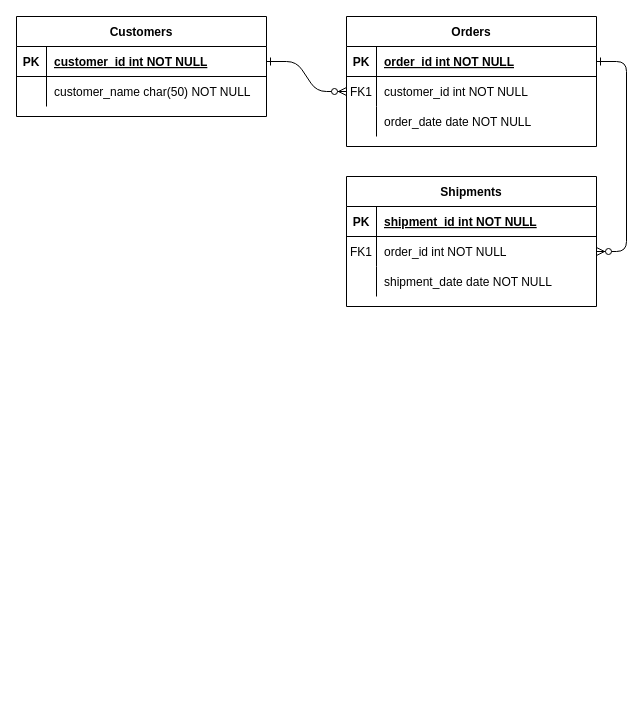
Above: Untitled Diagram.drawio in fedy97/TIW_HTML-2020-2021 (draw.io), before the change. Source tidied: cells renumbered, new cells numbered last; positions are measured from the earlier drawing's top-left corner, leaving out a move shared by most shapes. Both pictures are drawn from the tidied source at 100%, with x=0, y=0 at pixel (16, 16).
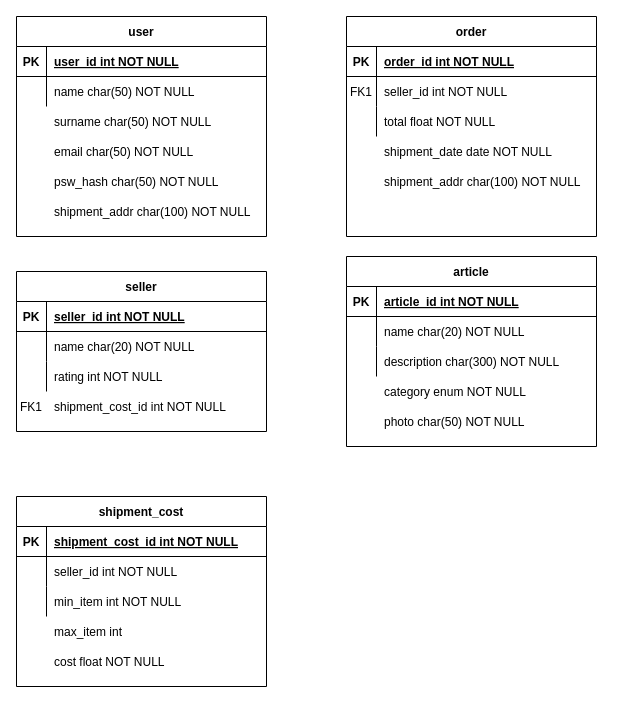
The same diagram, later.

Commit message:
first version of DB diagram, TODO: add articles list

The change refers to these unchanged cells:
```xml
<mxCell id="5" style="shape=partialRectangle;fillColor=none;points=[[0,0.5],[1,0.5]];portConstraint=eastwest;top=0;left=0;right=0;bottom=1;" parent="4" vertex="1">
  <mxGeometry y="30" width="250" height="30" as="geometry" />
</mxCell>
<mxCell id="8" style="shape=partialRectangle;fillColor=none;points=[[0,0.5],[1,0.5]];portConstraint=eastwest;top=0;left=0;right=0;bottom=0;" parent="4" vertex="1">
  <mxGeometry y="60" width="250" height="30" as="geometry" />
</mxCell>
<mxCell id="11" style="shape=partialRectangle;fillColor=none;top=0;left=0;right=0;bottom=0;" parent="4" vertex="1">
  <mxGeometry y="90" width="250" height="30" as="geometry" />
</mxCell>
<mxCell id="15" style="shape=partialRectangle;fillColor=none;top=0;left=0;right=0;bottom=1;" parent="14" vertex="1">
  <mxGeometry y="30" width="250" height="30" as="geometry" />
</mxCell>
<mxCell id="18" style="shape=partialRectangle;fillColor=none;points=[[0,0.5],[1,0.5]];portConstraint=eastwest;top=0;left=0;right=0;bottom=0;" parent="14" vertex="1">
  <mxGeometry y="60" width="250" height="30" as="geometry" />
</mxCell>
<mxCell id="21" style="shape=partialRectangle;fillColor=none;top=0;left=0;right=0;bottom=0;" parent="14" vertex="1">
  <mxGeometry y="90" width="250" height="30" as="geometry" />
</mxCell>
<mxCell id="25" style="shape=partialRectangle;fillColor=none;points=[[0,0.5],[1,0.5]];portConstraint=eastwest;top=0;left=0;right=0;bottom=1;" parent="24" vertex="1">
  <mxGeometry y="30" width="250" height="30" as="geometry" />
</mxCell>
<mxCell id="28" style="shape=partialRectangle;fillColor=none;top=0;left=0;right=0;bottom=0;" parent="24" vertex="1">
  <mxGeometry y="60" width="250" height="30" as="geometry" />
</mxCell>
```

Change to the diagram source:
```diff
@@
-    <mxCell id="2" style="edgeStyle=entityRelationEdgeStyle;endArrow=ERzeroToMany;startArrow=ERone;endFill=1;startFill=0;" parent="1" edge="1" source="25" target="8">
-      <mxGeometry relative="1" as="geometry" />
-    </mxCell>
-    <mxCell id="3" style="edgeStyle=entityRelationEdgeStyle;endArrow=ERzeroToMany;startArrow=ERone;endFill=1;startFill=0;" parent="1" edge="1" source="5" target="18">
-      <mxGeometry relative="1" as="geometry" />
-    </mxCell>
-    <mxCell id="4" value="Orders" style="shape=table;startSize=30;childLayout=tableLayout;rowLines=0;fontStyle=1;align=center;" parent="1" vertex="1">
-      <mxGeometry x="330" width="250" height="130" as="geometry" />
+    <mxCell id="4" value="order" style="shape=table;startSize=30;childLayout=tableLayout;rowLines=0;fontStyle=1;align=center;" parent="1" vertex="1">
+      <mxGeometry x="330" width="250" height="220" as="geometry" />
     </mxCell>
@@
-    <mxCell id="9" value="FK1" style="shape=partialRectangle;overflow=hidden;fillColor=none;top=0;left=0;bottom=0;right=0;" parent="8" vertex="1">
+    <mxCell id="9" style="shape=partialRectangle;overflow=hidden;fillColor=none;top=0;left=0;bottom=0;right=0;" parent="8" vertex="1">
       <mxGeometry width="30" height="30" as="geometry" />
     </mxCell>
-    <mxCell id="10" value="customer_id int NOT NULL" style="shape=partialRectangle;overflow=hidden;fillColor=none;top=0;left=0;bottom=0;right=0;align=left;spacingLeft=6;" parent="8" vertex="1">
+    <mxCell id="10" value="seller_id int NOT NULL" style="shape=partialRectangle;overflow=hidden;fillColor=none;top=0;left=0;bottom=0;right=0;align=left;spacingLeft=6;" parent="8" vertex="1">
       <mxGeometry x="30" width="220" height="30" as="geometry" />
     </mxCell>
@@
-    <mxCell id="13" value="order_date date NOT NULL" style="shape=partialRectangle;overflow=hidden;fillColor=none;top=0;left=0;bottom=0;right=0;align=left;spacingLeft=6;" parent="11" vertex="1">
+    <mxCell id="13" value="total float NOT NULL" style="shape=partialRectangle;overflow=hidden;fillColor=none;top=0;left=0;bottom=0;right=0;align=left;spacingLeft=6;" parent="11" vertex="1">
       <mxGeometry x="30" width="220" height="30" as="geometry" />
     </mxCell>
-    <mxCell id="14" value="Shipments" style="shape=table;startSize=30;childLayout=tableLayout;rowLines=0;fontStyle=1;align=center;" parent="1" vertex="1">
-      <mxGeometry x="330" y="160" width="250" height="130" as="geometry" />
+    <mxCell id="14" value="article" style="shape=table;startSize=30;childLayout=tableLayout;rowLines=0;fontStyle=1;align=center;" parent="1" vertex="1">
+      <mxGeometry x="330" y="240" width="250" height="190" as="geometry" />
     </mxCell>
@@
-    <mxCell id="17" value="shipment_id int NOT NULL " style="shape=partialRectangle;overflow=hidden;fillColor=none;top=0;left=0;bottom=0;right=0;align=left;spacingLeft=6;fontStyle=5;" parent="15" vertex="1">
+    <mxCell id="17" value="article_id int NOT NULL " style="shape=partialRectangle;overflow=hidden;fillColor=none;top=0;left=0;bottom=0;right=0;align=left;spacingLeft=6;fontStyle=5;" parent="15" vertex="1">
       <mxGeometry x="30" width="220" height="30" as="geometry" />
     </mxCell>
@@
-    <mxCell id="19" value="FK1" style="shape=partialRectangle;overflow=hidden;fillColor=none;top=0;left=0;bottom=0;right=0;" parent="18" vertex="1">
+    <mxCell id="19" style="shape=partialRectangle;overflow=hidden;fillColor=none;top=0;left=0;bottom=0;right=0;" parent="18" vertex="1">
       <mxGeometry width="30" height="30" as="geometry" />
     </mxCell>
-    <mxCell id="20" value="order_id int NOT NULL" style="shape=partialRectangle;overflow=hidden;fillColor=none;top=0;left=0;bottom=0;right=0;align=left;spacingLeft=6;" parent="18" vertex="1">
+    <mxCell id="20" value="name char(20) NOT NULL" style="shape=partialRectangle;overflow=hidden;fillColor=none;top=0;left=0;bottom=0;right=0;align=left;spacingLeft=6;" parent="18" vertex="1">
       <mxGeometry x="30" width="220" height="30" as="geometry" />
     </mxCell>
@@
-    <mxCell id="23" value="shipment_date date NOT NULL" style="shape=partialRectangle;overflow=hidden;fillColor=none;top=0;left=0;bottom=0;right=0;align=left;spacingLeft=6;" parent="21" vertex="1">
+    <mxCell id="23" value="description char(300) NOT NULL" style="shape=partialRectangle;overflow=hidden;fillColor=none;top=0;left=0;bottom=0;right=0;align=left;spacingLeft=6;" parent="21" vertex="1">
       <mxGeometry x="30" width="220" height="30" as="geometry" />
     </mxCell>
-    <mxCell id="24" value="Customers" style="shape=table;startSize=30;childLayout=tableLayout;rowLines=0;fontStyle=1;align=center;" parent="1" vertex="1">
-      <mxGeometry width="250" height="100" as="geometry" />
+    <mxCell id="24" value="user" style="shape=table;startSize=30;childLayout=tableLayout;rowLines=0;fontStyle=1;align=center;" parent="1" vertex="1">
+      <mxGeometry width="250" height="220" as="geometry" />
     </mxCell>
@@
-    <mxCell id="27" value="customer_id int NOT NULL " style="shape=partialRectangle;overflow=hidden;fillColor=none;top=0;left=0;bottom=0;right=0;align=left;spacingLeft=6;fontStyle=5;" parent="25" vertex="1">
+    <mxCell id="27" value="user_id int NOT NULL " style="shape=partialRectangle;overflow=hidden;fillColor=none;top=0;left=0;bottom=0;right=0;align=left;spacingLeft=6;fontStyle=5;" parent="25" vertex="1">
       <mxGeometry x="30" width="220" height="30" as="geometry" />
     </mxCell>
@@
-    <mxCell id="30" value="customer_name char(50) NOT NULL" style="shape=partialRectangle;overflow=hidden;fillColor=none;top=0;left=0;bottom=0;right=0;align=left;spacingLeft=6;" parent="28" vertex="1">
+    <mxCell id="30" value="name char(50) NOT NULL" style="shape=partialRectangle;overflow=hidden;fillColor=none;top=0;left=0;bottom=0;right=0;align=left;spacingLeft=6;" parent="28" vertex="1">
       <mxGeometry x="30" width="220" height="30" as="geometry" />
     </mxCell>
+    <mxCell id="31" value="category enum NOT NULL" style="shape=partialRectangle;overflow=hidden;fillColor=none;top=0;left=0;bottom=0;right=0;align=left;spacingLeft=6;" parent="1" vertex="1">
+      <mxGeometry x="360" y="360" width="220" height="30" as="geometry" />
+    </mxCell>
+    <mxCell id="32" value="photo char(50) NOT NULL" style="shape=partialRectangle;overflow=hidden;fillColor=none;top=0;left=0;bottom=0;right=0;align=left;spacingLeft=6;" parent="1" vertex="1">
+      <mxGeometry x="360" y="390" width="220" height="30" as="geometry" />
+    </mxCell>
+    <mxCell id="33" value="seller" style="shape=table;startSize=30;childLayout=tableLayout;rowLines=0;fontStyle=1;align=center;" parent="1" vertex="1">
+      <mxGeometry y="255" width="250" height="160" as="geometry" />
+    </mxCell>
+    <mxCell id="34" style="shape=partialRectangle;fillColor=none;top=0;left=0;right=0;bottom=1;" parent="33" vertex="1">
+      <mxGeometry y="30" width="250" height="30" as="geometry" />
+    </mxCell>
+    <mxCell id="35" value="PK" style="shape=partialRectangle;overflow=hidden;fillColor=none;top=0;left=0;bottom=0;right=0;fontStyle=1;" parent="34" vertex="1">
+      <mxGeometry width="30" height="30" as="geometry" />
+    </mxCell>
+    <mxCell id="36" value="seller_id int NOT NULL " style="shape=partialRectangle;overflow=hidden;fillColor=none;top=0;left=0;bottom=0;right=0;align=left;spacingLeft=6;fontStyle=5;" parent="34" vertex="1">
+      <mxGeometry x="30" width="220" height="30" as="geometry" />
+    </mxCell>
+    <mxCell id="37" style="shape=partialRectangle;fillColor=none;top=0;left=0;right=0;bottom=0;" parent="33" vertex="1">
+      <mxGeometry y="60" width="250" height="30" as="geometry" />
+    </mxCell>
+    <mxCell id="38" style="shape=partialRectangle;overflow=hidden;fillColor=none;top=0;left=0;bottom=0;right=0;" parent="37" vertex="1">
+      <mxGeometry width="30" height="30" as="geometry" />
+    </mxCell>
+    <mxCell id="39" value="name char(20) NOT NULL" style="shape=partialRectangle;overflow=hidden;fillColor=none;top=0;left=0;bottom=0;right=0;align=left;spacingLeft=6;" parent="37" vertex="1">
+      <mxGeometry x="30" width="220" height="30" as="geometry" />
+    </mxCell>
+    <mxCell id="40" style="shape=partialRectangle;fillColor=none;top=0;left=0;right=0;bottom=0;" parent="33" vertex="1">
+      <mxGeometry y="90" width="250" height="30" as="geometry" />
+    </mxCell>
+    <mxCell id="41" style="shape=partialRectangle;overflow=hidden;fillColor=none;top=0;left=0;bottom=0;right=0;" parent="40" vertex="1">
+      <mxGeometry width="30" height="30" as="geometry" />
+    </mxCell>
+    <mxCell id="42" value="rating int NOT NULL" style="shape=partialRectangle;overflow=hidden;fillColor=none;top=0;left=0;bottom=0;right=0;align=left;spacingLeft=6;" parent="40" vertex="1">
+      <mxGeometry x="30" width="220" height="30" as="geometry" />
+    </mxCell>
+    <mxCell id="43" value="shipment_cost_id int NOT NULL" style="shape=partialRectangle;overflow=hidden;fillColor=none;top=0;left=0;bottom=0;right=0;align=left;spacingLeft=6;" parent="1" vertex="1">
+      <mxGeometry x="30" y="375" width="220" height="30" as="geometry" />
+    </mxCell>
+    <mxCell id="44" value="shipment_cost" style="shape=table;startSize=30;childLayout=tableLayout;rowLines=0;fontStyle=1;align=center;" parent="1" vertex="1">
+      <mxGeometry y="480" width="250" height="190" as="geometry" />
+    </mxCell>
+    <mxCell id="45" style="shape=partialRectangle;fillColor=none;top=0;left=0;right=0;bottom=1;" parent="44" vertex="1">
+      <mxGeometry y="30" width="250" height="30" as="geometry" />
+    </mxCell>
+    <mxCell id="46" value="PK" style="shape=partialRectangle;overflow=hidden;fillColor=none;top=0;left=0;bottom=0;right=0;fontStyle=1;" parent="45" vertex="1">
+      <mxGeometry width="30" height="30" as="geometry" />
+    </mxCell>
+    <mxCell id="47" value="shipment_cost_id int NOT NULL " style="shape=partialRectangle;overflow=hidden;fillColor=none;top=0;left=0;bottom=0;right=0;align=left;spacingLeft=6;fontStyle=5;" parent="45" vertex="1">
+      <mxGeometry x="30" width="220" height="30" as="geometry" />
+    </mxCell>
+    <mxCell id="48" style="shape=partialRectangle;fillColor=none;top=0;left=0;right=0;bottom=0;" parent="44" vertex="1">
+      <mxGeometry y="60" width="250" height="30" as="geometry" />
+    </mxCell>
+    <mxCell id="49" style="shape=partialRectangle;overflow=hidden;fillColor=none;top=0;left=0;bottom=0;right=0;" parent="48" vertex="1">
+      <mxGeometry width="30" height="30" as="geometry" />
+    </mxCell>
+    <mxCell id="50" value="seller_id int NOT NULL" style="shape=partialRectangle;overflow=hidden;fillColor=none;top=0;left=0;bottom=0;right=0;align=left;spacingLeft=6;" parent="48" vertex="1">
+      <mxGeometry x="30" width="220" height="30" as="geometry" />
+    </mxCell>
+    <mxCell id="51" style="shape=partialRectangle;fillColor=none;top=0;left=0;right=0;bottom=0;" parent="44" vertex="1">
+      <mxGeometry y="90" width="250" height="30" as="geometry" />
+    </mxCell>
+    <mxCell id="52" style="shape=partialRectangle;overflow=hidden;fillColor=none;top=0;left=0;bottom=0;right=0;" parent="51" vertex="1">
+      <mxGeometry width="30" height="30" as="geometry" />
+    </mxCell>
+    <mxCell id="53" value="min_item int NOT NULL" style="shape=partialRectangle;overflow=hidden;fillColor=none;top=0;left=0;bottom=0;right=0;align=left;spacingLeft=6;" parent="51" vertex="1">
+      <mxGeometry x="30" width="220" height="30" as="geometry" />
+    </mxCell>
+    <mxCell id="54" value="FK1" style="shape=partialRectangle;overflow=hidden;fillColor=none;top=0;left=0;bottom=0;right=0;" parent="1" vertex="1">
+      <mxGeometry y="375" width="30" height="30" as="geometry" />
+    </mxCell>
+    <mxCell id="55" value="max_item int" style="shape=partialRectangle;overflow=hidden;fillColor=none;top=0;left=0;bottom=0;right=0;align=left;spacingLeft=6;" parent="1" vertex="1">
+      <mxGeometry x="30" y="600" width="220" height="30" as="geometry" />
+    </mxCell>
+    <mxCell id="56" value="cost float NOT NULL" style="shape=partialRectangle;overflow=hidden;fillColor=none;top=0;left=0;bottom=0;right=0;align=left;spacingLeft=6;" parent="1" vertex="1">
+      <mxGeometry x="30" y="630" width="220" height="30" as="geometry" />
+    </mxCell>
+    <mxCell id="57" value="surname char(50) NOT NULL" style="shape=partialRectangle;overflow=hidden;fillColor=none;top=0;left=0;bottom=0;right=0;align=left;spacingLeft=6;" parent="1" vertex="1">
+      <mxGeometry x="30" y="90" width="220" height="30" as="geometry" />
+    </mxCell>
+    <mxCell id="58" value="email char(50) NOT NULL" style="shape=partialRectangle;overflow=hidden;fillColor=none;top=0;left=0;bottom=0;right=0;align=left;spacingLeft=6;" parent="1" vertex="1">
+      <mxGeometry x="30" y="120" width="220" height="30" as="geometry" />
+    </mxCell>
+    <mxCell id="59" value="psw_hash char(50) NOT NULL" style="shape=partialRectangle;overflow=hidden;fillColor=none;top=0;left=0;bottom=0;right=0;align=left;spacingLeft=6;" parent="1" vertex="1">
+      <mxGeometry x="30" y="150" width="220" height="30" as="geometry" />
+    </mxCell>
+    <mxCell id="60" value="shipment_addr char(100) NOT NULL" style="shape=partialRectangle;overflow=hidden;fillColor=none;top=0;left=0;bottom=0;right=0;align=left;spacingLeft=6;" parent="1" vertex="1">
+      <mxGeometry x="30" y="180" width="220" height="30" as="geometry" />
+    </mxCell>
+    <mxCell id="61" value="shipment_date date NOT NULL" style="shape=partialRectangle;overflow=hidden;fillColor=none;top=0;left=0;bottom=0;right=0;align=left;spacingLeft=6;" parent="1" vertex="1">
+      <mxGeometry x="360" y="120" width="220" height="30" as="geometry" />
+    </mxCell>
+    <mxCell id="62" value="shipment_addr char(100) NOT NULL" style="shape=partialRectangle;overflow=hidden;fillColor=none;top=0;left=0;bottom=0;right=0;align=left;spacingLeft=6;" parent="1" vertex="1">
+      <mxGeometry x="360" y="150" width="220" height="30" as="geometry" />
+    </mxCell>
+    <mxCell id="63" value="FK1" style="shape=partialRectangle;overflow=hidden;fillColor=none;top=0;left=0;bottom=0;right=0;" parent="1" vertex="1">
+      <mxGeometry x="330" y="60" width="30" height="30" as="geometry" />
+    </mxCell>
```
